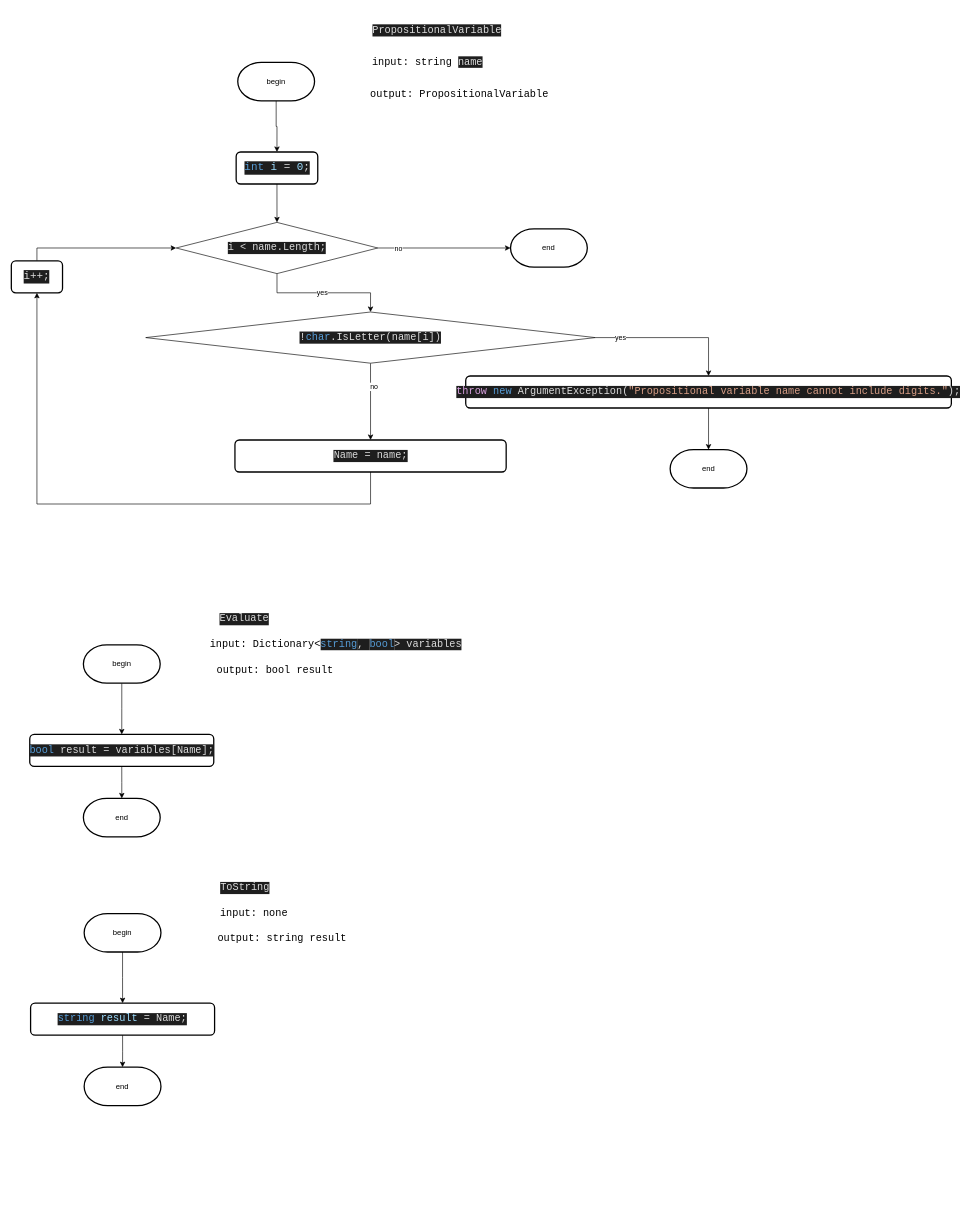
Before: Diagrams/propositionalVariable.drawio in slavikovics/FictionalVariables, a draw.io diagram. Source tidied: cells renumbered, new cells numbered last; positions are measured from the earlier drawing's top-left corner, leaving out a move shared by most shapes. Both pictures are drawn from the tidied source at 64%, with x=0, y=0 at pixel (11, 11).
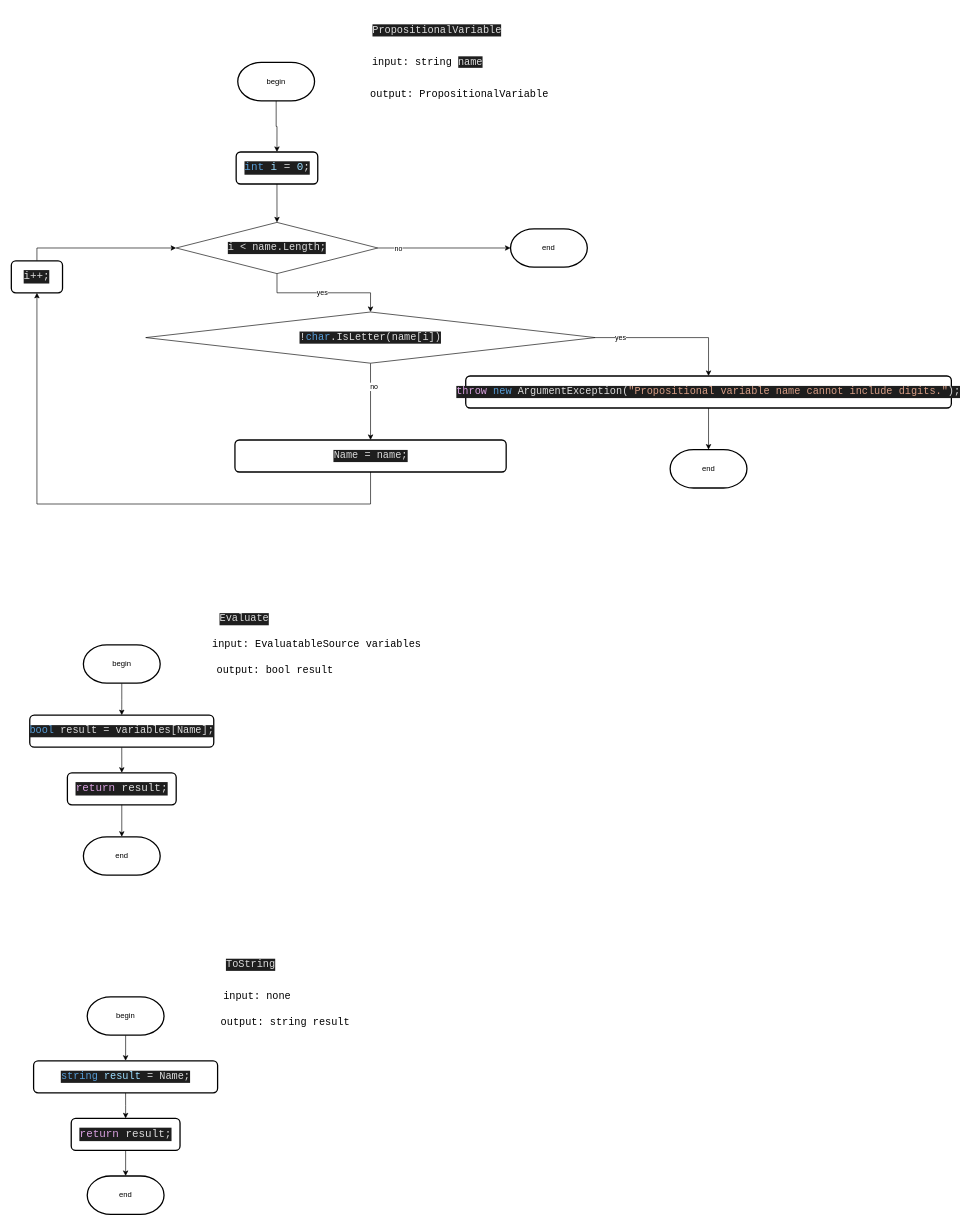
The same page after the edit.

The edit, as a diff of the source:
```diff
@@
-    <mxCell id="31" value="&lt;pre style=&quot;font-family: &amp;quot;JetBrains Mono&amp;quot;, monospace; font-size: 12pt;&quot;&gt;input: Dictionary&amp;lt;&lt;span style=&quot;font-size: 12pt; background-color: rgb(30, 30, 30); white-space-collapse: collapse; color: rgb(86, 156, 214);&quot;&gt;string&lt;/span&gt;&lt;span style=&quot;font-size: 12pt; background-color: rgb(30, 30, 30); color: rgb(220, 220, 220); white-space-collapse: collapse;&quot;&gt;, &lt;/span&gt;&lt;span style=&quot;font-size: 12pt; background-color: rgb(30, 30, 30); white-space-collapse: collapse; color: rgb(86, 156, 214);&quot;&gt;bool&lt;/span&gt;&lt;span style=&quot;font-size: 12pt; background-color: rgb(30, 30, 30); color: rgb(220, 220, 220); white-space-collapse: collapse;&quot;&gt;&amp;gt; variables&lt;/span&gt;&lt;/pre&gt;" style="text;html=1;align=center;verticalAlign=middle;strokeColor=none;fillColor=none;" parent="1" vertex="1">
-      <mxGeometry x="316.5" y="960" width="380" height="60" as="geometry" />
+    <mxCell id="31" value="&lt;pre style=&quot;font-family: &amp;quot;JetBrains Mono&amp;quot;, monospace; font-size: 12pt;&quot;&gt;input: EvaluatableSource variables&lt;/pre&gt;" style="text;html=1;align=center;verticalAlign=middle;strokeColor=none;fillColor=none;" parent="1" vertex="1">
+      <mxGeometry x="316.5" y="960" width="320" height="60" as="geometry" />
     </mxCell>
@@
+    <mxCell id="45" style="edgeStyle=orthogonalEdgeStyle;rounded=0;jettySize=auto;html=1;exitX=0.5;exitY=1;exitDx=0;exitDy=0;entryX=0.5;entryY=0;entryDx=0;entryDy=0;" parent="1" edge="1" source="33" target="47">
+      <mxGeometry relative="1" as="geometry" />
+    </mxCell>
     <mxCell id="33" value="&lt;div style=&quot;background-color: rgb(30, 30, 30); color: rgb(220, 220, 220);&quot;&gt;&lt;pre style=&quot;font-family: &amp;quot;JetBrains Mono&amp;quot;, monospace; font-size: 12.8pt;&quot;&gt;&lt;div&gt;&lt;pre style=&quot;font-family:'JetBrains Mono',monospace;font-size:12.0pt;&quot;&gt;&lt;span style=&quot;color:#569cd6;&quot;&gt;bool &lt;/span&gt;result = variables[Name];&lt;/pre&gt;&lt;/div&gt;&lt;/pre&gt;&lt;/div&gt;" style="rounded=1;whiteSpace=wrap;html=1;absoluteArcSize=1;arcSize=14;strokeWidth=2;" parent="1" vertex="1">
-      <mxGeometry x="29" y="1130" width="287.5" height="50" as="geometry" />
+      <mxGeometry x="29" y="1100" width="287.5" height="50" as="geometry" />
     </mxCell>
@@
     <mxCell id="35" value="end" style="strokeWidth=2;html=1;shape=mxgraph.flowchart.terminator;whiteSpace=wrap;" parent="1" vertex="1">
-      <mxGeometry x="112.8" y="1230" width="120" height="60" as="geometry" />
+      <mxGeometry x="112.8" y="1290" width="120" height="60" as="geometry" />
     </mxCell>
-    <mxCell id="36" style="edgeStyle=orthogonalEdgeStyle;rounded=0;jettySize=auto;html=1;exitX=0.5;exitY=1;exitDx=0;exitDy=0;entryX=0.5;entryY=0;entryDx=0;entryDy=0;entryPerimeter=0;" parent="1" edge="1" source="33" target="35">
-      <mxGeometry relative="1" as="geometry" />
-    </mxCell>
     <mxCell id="37" value="&lt;pre style=&quot;font-family: &amp;quot;JetBrains Mono&amp;quot;, monospace; font-size: 12pt;&quot;&gt;&lt;div style=&quot;background-color:#1e1e1e;color:#dcdcdc&quot;&gt;&lt;pre style=&quot;font-family:'JetBrains Mono',monospace;font-size:12.0pt;&quot;&gt;&lt;pre style=&quot;font-family:'JetBrains Mono',monospace;font-size:12.0pt;&quot;&gt;&lt;pre style=&quot;font-family:'JetBrains Mono',monospace;font-size:12.0pt;&quot;&gt;&lt;pre style=&quot;font-family:'JetBrains Mono',monospace;font-size:12.0pt;&quot;&gt;&lt;div&gt;&lt;pre style=&quot;font-family:'JetBrains Mono',monospace;font-size:12.0pt;&quot;&gt;ToString&lt;/pre&gt;&lt;/div&gt;&lt;/pre&gt;&lt;/pre&gt;&lt;/pre&gt;&lt;/pre&gt;&lt;/div&gt;&lt;/pre&gt;" style="text;html=1;align=center;verticalAlign=middle;strokeColor=none;fillColor=none;" parent="1" vertex="1">
-      <mxGeometry x="320.3" y="1340" width="90" height="60" as="geometry" />
+      <mxGeometry x="329" y="1460" width="90" height="60" as="geometry" />
     </mxCell>
@@
     <mxCell id="39" value="begin" style="strokeWidth=2;html=1;shape=mxgraph.flowchart.terminator;whiteSpace=wrap;" parent="1" vertex="1">
-      <mxGeometry x="114" y="1410" width="120" height="60" as="geometry" />
+      <mxGeometry x="118.8" y="1540" width="120" height="60" as="geometry" />
     </mxCell>
     <mxCell id="40" value="&lt;pre style=&quot;font-family: &amp;quot;JetBrains Mono&amp;quot;, monospace; font-size: 12pt;&quot;&gt;input: none&lt;/pre&gt;" style="text;html=1;align=center;verticalAlign=middle;strokeColor=none;fillColor=none;" parent="1" vertex="1">
-      <mxGeometry x="319" y="1380" width="120" height="60" as="geometry" />
+      <mxGeometry x="323.8" y="1510" width="120" height="60" as="geometry" />
     </mxCell>
     <mxCell id="41" value="&lt;pre style=&quot;font-family: &amp;quot;JetBrains Mono&amp;quot;, monospace; font-size: 12pt;&quot;&gt;output: string result&lt;/pre&gt;" style="text;html=1;align=center;verticalAlign=middle;strokeColor=none;fillColor=none;" parent="1" vertex="1">
-      <mxGeometry x="317.8" y="1420" width="210" height="60" as="geometry" />
+      <mxGeometry x="322.5" y="1550" width="210" height="60" as="geometry" />
     </mxCell>
+    <mxCell id="46" style="edgeStyle=orthogonalEdgeStyle;rounded=0;jettySize=auto;html=1;exitX=0.5;exitY=1;exitDx=0;exitDy=0;" parent="1" edge="1" source="42" target="49">
+      <mxGeometry relative="1" as="geometry" />
+    </mxCell>
     <mxCell id="42" value="&lt;div style=&quot;background-color: rgb(30, 30, 30); color: rgb(220, 220, 220);&quot;&gt;&lt;pre style=&quot;font-family: &amp;quot;JetBrains Mono&amp;quot;, monospace; font-size: 12.8pt;&quot;&gt;&lt;pre style=&quot;font-family:'JetBrains Mono',monospace;font-size:12.0pt;&quot;&gt;&lt;div&gt;&lt;pre style=&quot;font-family:'JetBrains Mono',monospace;font-size:12.0pt;&quot;&gt;&lt;span style=&quot;color:#569cd6;&quot;&gt;string &lt;/span&gt;&lt;span style=&quot;color:#9cdcfe;&quot;&gt;result &lt;/span&gt;= Name;&lt;/pre&gt;&lt;/div&gt;&lt;/pre&gt;&lt;/pre&gt;&lt;/div&gt;" style="rounded=1;whiteSpace=wrap;html=1;absoluteArcSize=1;arcSize=14;strokeWidth=2;" parent="1" vertex="1">
-      <mxGeometry x="30.3" y="1550" width="287.5" height="50" as="geometry" />
+      <mxGeometry x="35" y="1640" width="287.5" height="50" as="geometry" />
     </mxCell>
     <mxCell id="43" value="end" style="strokeWidth=2;html=1;shape=mxgraph.flowchart.terminator;whiteSpace=wrap;" parent="1" vertex="1">
-      <mxGeometry x="114" y="1650" width="120" height="60" as="geometry" />
+      <mxGeometry x="118.8" y="1820" width="120" height="60" as="geometry" />
     </mxCell>
-    <mxCell id="44" style="edgeStyle=orthogonalEdgeStyle;rounded=0;jettySize=auto;html=1;exitX=0.5;exitY=1;exitDx=0;exitDy=0;entryX=0.5;entryY=0;entryDx=0;entryDy=0;entryPerimeter=0;" parent="1" edge="1" source="42" target="43">
-      <mxGeometry relative="1" as="geometry" />
-    </mxCell>
+    <mxCell id="47" value="&lt;div style=&quot;background-color: rgb(30, 30, 30); color: rgb(220, 220, 220);&quot;&gt;&lt;pre style=&quot;font-family: &amp;quot;JetBrains Mono&amp;quot;, monospace; font-size: 12.8pt;&quot;&gt;&lt;pre style=&quot;font-family:'JetBrains Mono',monospace;font-size:12.0pt;&quot;&gt;&lt;div&gt;&lt;pre style=&quot;font-family:'JetBrains Mono',monospace;font-size:12.8pt;&quot;&gt;&lt;span style=&quot;color:#d8a0df;&quot;&gt;return &lt;/span&gt;result;&lt;/pre&gt;&lt;/div&gt;&lt;/pre&gt;&lt;/pre&gt;&lt;/div&gt;" style="rounded=1;whiteSpace=wrap;html=1;absoluteArcSize=1;arcSize=14;strokeWidth=2;" parent="1" vertex="1">
+      <mxGeometry x="87.8" y="1190" width="170" height="50" as="geometry" />
+    </mxCell>
+    <mxCell id="48" style="edgeStyle=orthogonalEdgeStyle;rounded=0;jettySize=auto;html=1;exitX=0.5;exitY=1;exitDx=0;exitDy=0;entryX=0.5;entryY=0;entryDx=0;entryDy=0;entryPerimeter=0;" parent="1" edge="1" source="47" target="35">
+      <mxGeometry relative="1" as="geometry" />
+    </mxCell>
+    <mxCell id="49" value="&lt;div style=&quot;background-color: rgb(30, 30, 30); color: rgb(220, 220, 220);&quot;&gt;&lt;pre style=&quot;font-family: &amp;quot;JetBrains Mono&amp;quot;, monospace; font-size: 12.8pt;&quot;&gt;&lt;pre style=&quot;font-family:'JetBrains Mono',monospace;font-size:12.0pt;&quot;&gt;&lt;div&gt;&lt;pre style=&quot;font-family:'JetBrains Mono',monospace;font-size:12.8pt;&quot;&gt;&lt;span style=&quot;color:#d8a0df;&quot;&gt;return &lt;/span&gt;result;&lt;/pre&gt;&lt;/div&gt;&lt;/pre&gt;&lt;/pre&gt;&lt;/div&gt;" style="rounded=1;whiteSpace=wrap;html=1;absoluteArcSize=1;arcSize=14;strokeWidth=2;" parent="1" vertex="1">
+      <mxGeometry x="93.8" y="1730" width="170" height="50" as="geometry" />
+    </mxCell>
+    <mxCell id="50" style="edgeStyle=orthogonalEdgeStyle;rounded=0;jettySize=auto;html=1;exitX=0.5;exitY=1;exitDx=0;exitDy=0;entryX=0.5;entryY=0;entryDx=0;entryDy=0;entryPerimeter=0;" parent="1" edge="1" source="49" target="43">
+      <mxGeometry relative="1" as="geometry" />
+    </mxCell>
```
